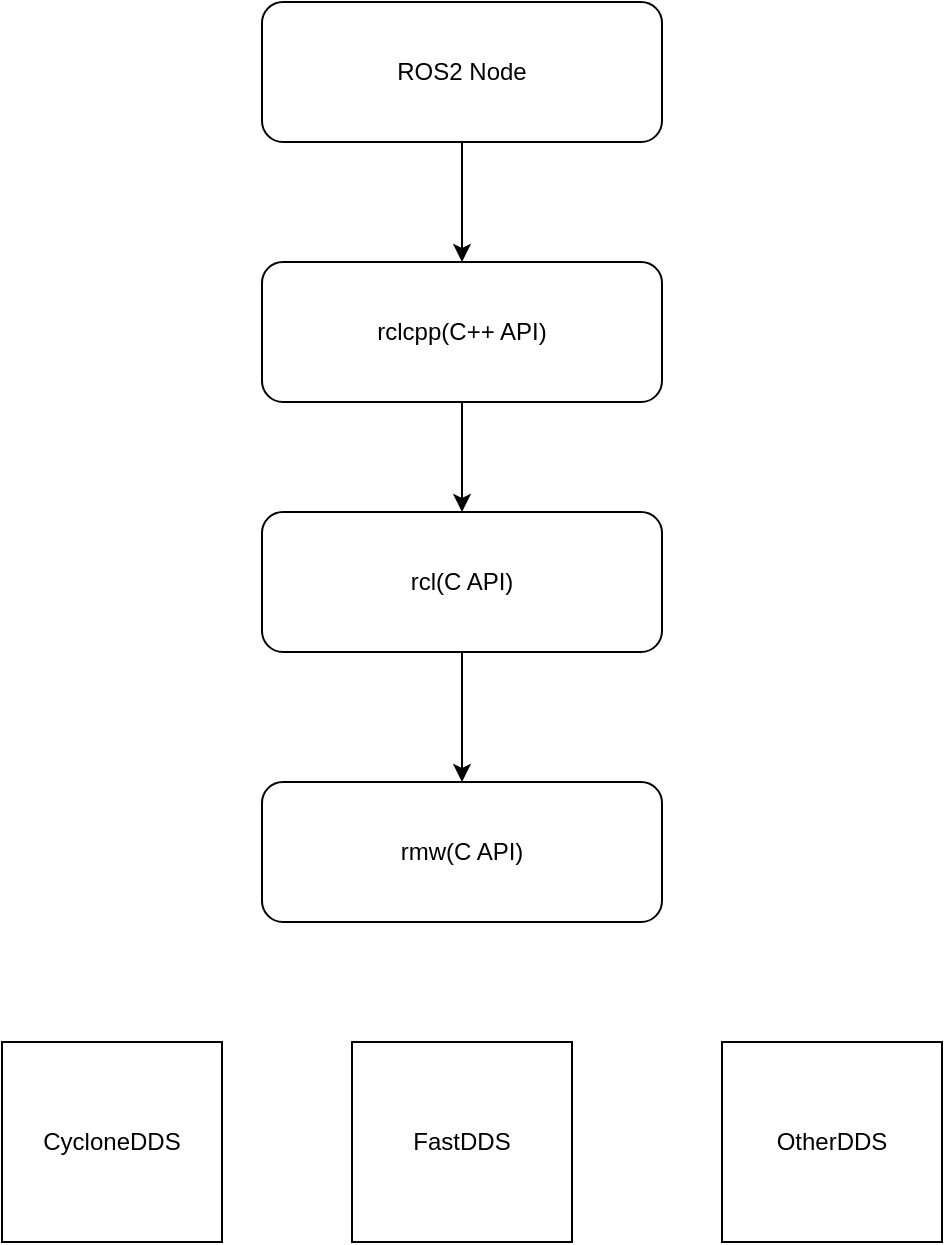
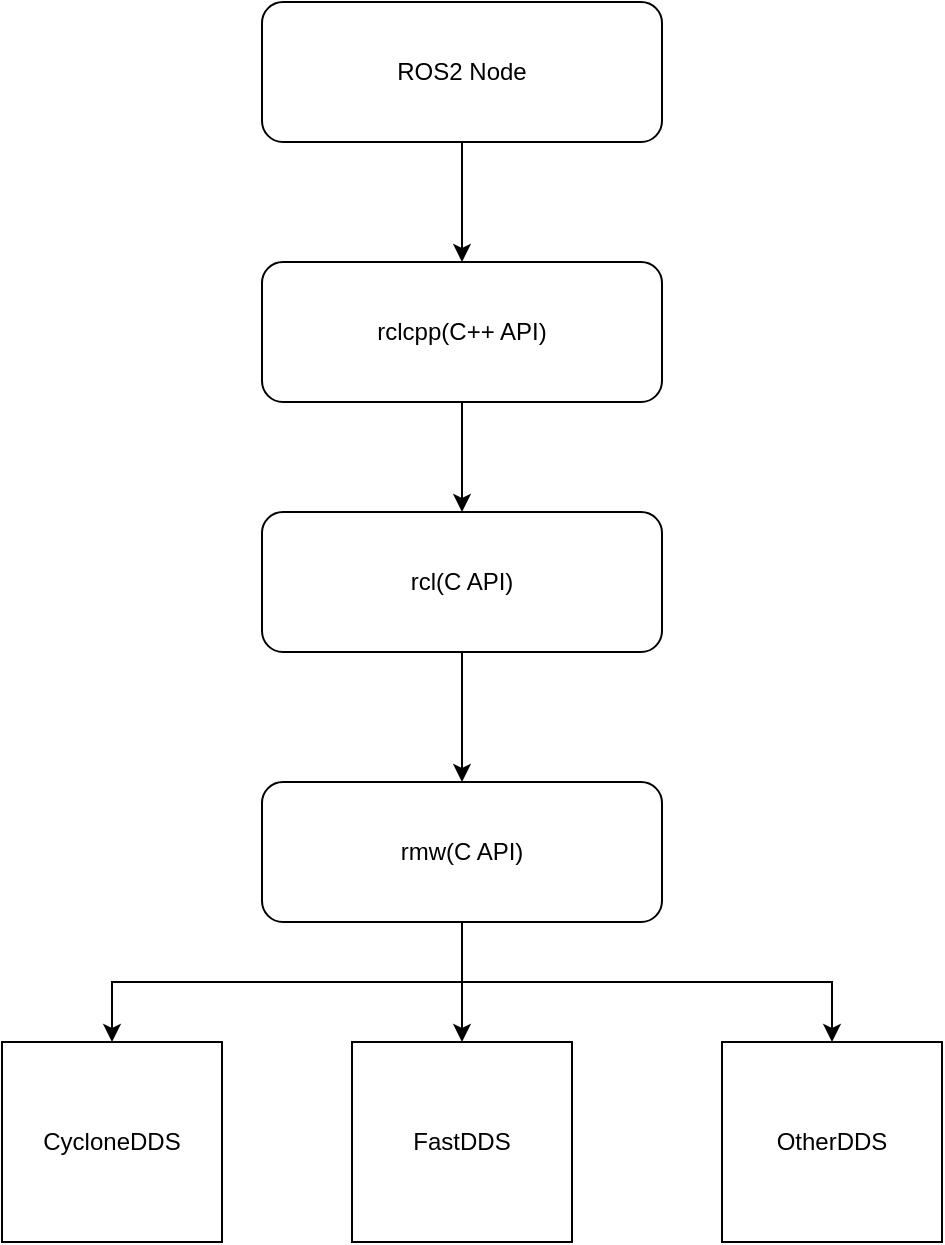
<mxfile host="app.diagrams.net">
  <diagram name="第 1 页" id="_2lEX-sws0WeVsrUzEHx">
    <mxGraphModel dx="1414" dy="791" grid="1" gridSize="10" guides="1" tooltips="1" connect="1" arrows="1" fold="1" page="1" pageScale="1" pageWidth="827" pageHeight="1169" math="0" shadow="0">
      <root>
        <mxCell id="0" />
        <mxCell id="1" parent="0" />
        <mxCell id="iibKUEZEilDxI7rWxDAY-1" edge="1" parent="1" source="CdBaPtaR014crQh5ZqR6-1" style="edgeStyle=orthogonalEdgeStyle;rounded=0;orthogonalLoop=1;jettySize=auto;html=1;" target="CdBaPtaR014crQh5ZqR6-2" value="">
          <mxGeometry relative="1" as="geometry" />
        </mxCell>
        <mxCell id="CdBaPtaR014crQh5ZqR6-1" parent="1" style="rounded=1;whiteSpace=wrap;html=1;" value="ROS2 Node" vertex="1">
          <mxGeometry height="70" width="200" x="280" y="260" as="geometry" />
        </mxCell>
        <mxCell id="iibKUEZEilDxI7rWxDAY-2" edge="1" parent="1" source="CdBaPtaR014crQh5ZqR6-2" style="edgeStyle=orthogonalEdgeStyle;rounded=0;orthogonalLoop=1;jettySize=auto;html=1;" target="CdBaPtaR014crQh5ZqR6-3" value="">
          <mxGeometry relative="1" as="geometry" />
        </mxCell>
        <mxCell id="CdBaPtaR014crQh5ZqR6-2" parent="1" style="rounded=1;whiteSpace=wrap;html=1;" value="rclcpp(C++ API)" vertex="1">
          <mxGeometry height="70" width="200" x="280" y="390" as="geometry" />
        </mxCell>
        <mxCell id="iibKUEZEilDxI7rWxDAY-3" edge="1" parent="1" source="CdBaPtaR014crQh5ZqR6-3" style="edgeStyle=orthogonalEdgeStyle;rounded=0;orthogonalLoop=1;jettySize=auto;html=1;" target="CdBaPtaR014crQh5ZqR6-4" value="">
          <mxGeometry relative="1" as="geometry" />
        </mxCell>
        <mxCell id="CdBaPtaR014crQh5ZqR6-3" parent="1" style="rounded=1;whiteSpace=wrap;html=1;" value="rcl(C API)" vertex="1">
          <mxGeometry height="70" width="200" x="280" y="515" as="geometry" />
        </mxCell>
+         <mxCell id="iibKUEZEilDxI7rWxDAY-7" edge="1" parent="1" source="CdBaPtaR014crQh5ZqR6-4" style="edgeStyle=orthogonalEdgeStyle;rounded=0;orthogonalLoop=1;jettySize=auto;html=1;exitX=0.5;exitY=1;exitDx=0;exitDy=0;entryX=0.5;entryY=0;entryDx=0;entryDy=0;" target="iibKUEZEilDxI7rWxDAY-4">
+           <mxGeometry relative="1" as="geometry" />
+         </mxCell>
+         <mxCell id="iibKUEZEilDxI7rWxDAY-8" edge="1" parent="1" source="CdBaPtaR014crQh5ZqR6-4" style="edgeStyle=orthogonalEdgeStyle;rounded=0;orthogonalLoop=1;jettySize=auto;html=1;exitX=0.5;exitY=1;exitDx=0;exitDy=0;entryX=0.5;entryY=0;entryDx=0;entryDy=0;" target="iibKUEZEilDxI7rWxDAY-5">
+           <mxGeometry relative="1" as="geometry" />
+         </mxCell>
+         <mxCell id="iibKUEZEilDxI7rWxDAY-9" edge="1" parent="1" source="CdBaPtaR014crQh5ZqR6-4" style="edgeStyle=orthogonalEdgeStyle;rounded=0;orthogonalLoop=1;jettySize=auto;html=1;exitX=0.5;exitY=1;exitDx=0;exitDy=0;entryX=0.5;entryY=0;entryDx=0;entryDy=0;" target="iibKUEZEilDxI7rWxDAY-6">
+           <mxGeometry relative="1" as="geometry" />
+         </mxCell>
        <mxCell id="CdBaPtaR014crQh5ZqR6-4" parent="1" style="rounded=1;whiteSpace=wrap;html=1;" value="rmw(C API)" vertex="1">
          <mxGeometry height="70" width="200" x="280" y="650" as="geometry" />
        </mxCell>
        <mxCell id="iibKUEZEilDxI7rWxDAY-4" parent="1" style="rounded=0;whiteSpace=wrap;html=1;" value="CycloneDDS" vertex="1">
          <mxGeometry height="100" width="110" x="150" y="780" as="geometry" />
        </mxCell>
        <mxCell id="iibKUEZEilDxI7rWxDAY-5" parent="1" style="rounded=0;whiteSpace=wrap;html=1;" value="FastDDS" vertex="1">
          <mxGeometry height="100" width="110" x="325" y="780" as="geometry" />
        </mxCell>
        <mxCell id="iibKUEZEilDxI7rWxDAY-6" parent="1" style="rounded=0;whiteSpace=wrap;html=1;" value="OtherDDS" vertex="1">
          <mxGeometry height="100" width="110" x="510" y="780" as="geometry" />
        </mxCell>
      </root>
    </mxGraphModel>
  </diagram>
</mxfile>
